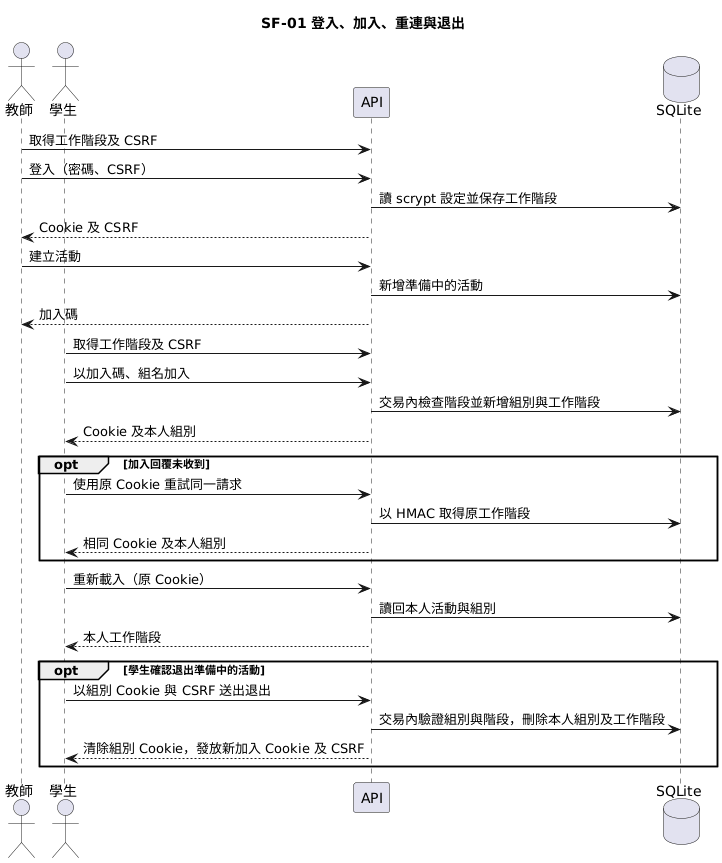
The PlantUML diagram diagrams/001-activity-groups-sequence.png in tom1030507/classroom-buzzer-system-speckit, before a commit.
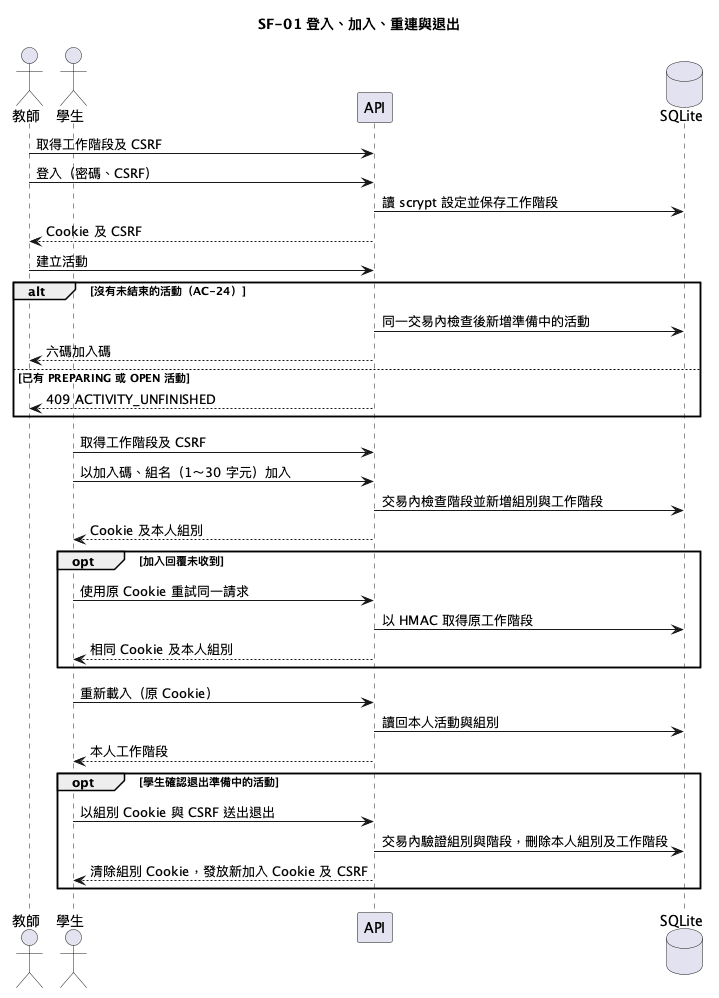
After the commit.

Change to the diagram source:
```diff
@@ -10,10 +10,14 @@
 API -> SQLite : 讀 scrypt 設定並保存工作階段
 API --> 教師 : Cookie 及 CSRF
 教師 -> API : 建立活動
-API -> SQLite : 新增準備中的活動
-API --> 教師 : 加入碼
+alt 沒有未結束的活動（AC-24）
+API -> SQLite : 同一交易內檢查後新增準備中的活動
+API --> 教師 : 六碼加入碼
+else 已有 PREPARING 或 OPEN 活動
+API --> 教師 : 409 ACTIVITY_UNFINISHED
+end
 學生 -> API : 取得工作階段及 CSRF
-學生 -> API : 以加入碼、組名加入
+學生 -> API : 以加入碼、組名（1～30 字元）加入
 API -> SQLite : 交易內檢查階段並新增組別與工作階段
 API --> 學生 : Cookie 及本人組別
 opt 加入回覆未收到
```
